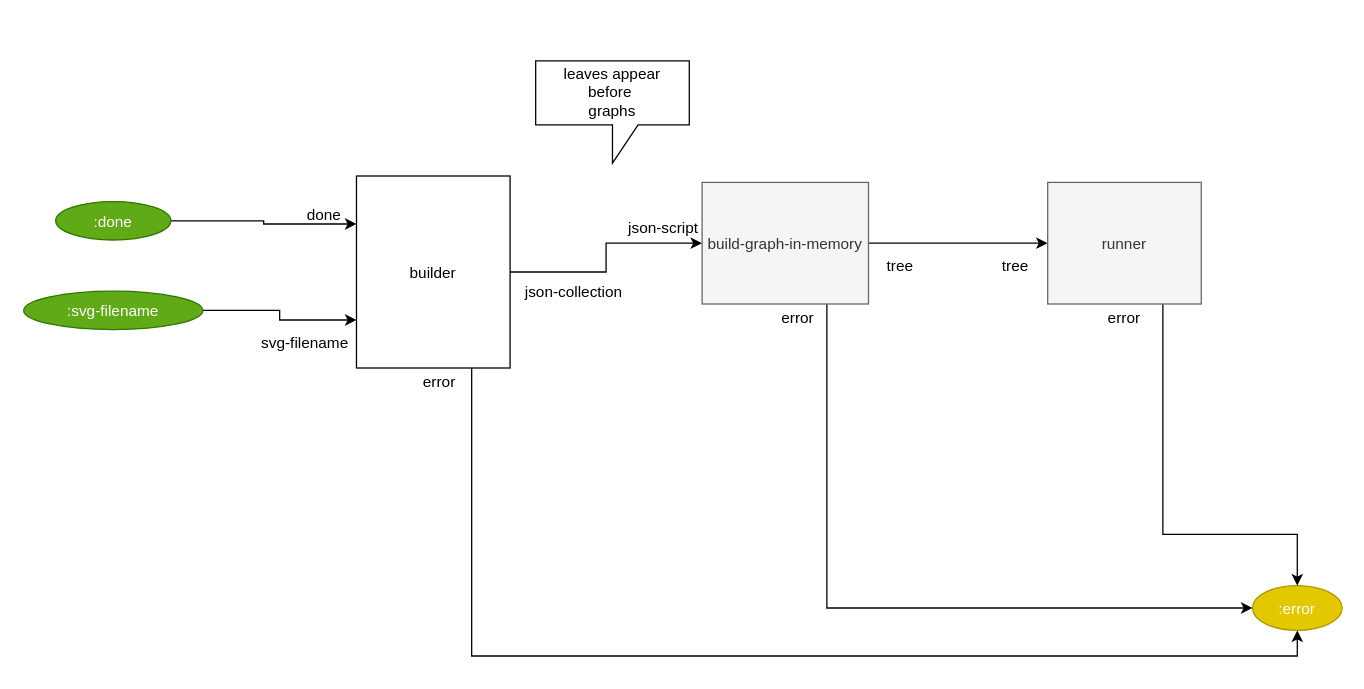
bmfbp/bmfbp keeps this draw.io diagram as page "0. build-load-and-run" (1 of 5) of build_process/cl-build/build.drawio. Above is the earlier version. Source tidied: cells renumbered, new cells numbered last; positions are measured from the earlier drawing's top-left corner, leaving out a move shared by most shapes. Both pictures are drawn from the tidied source at 128%, with x=0, y=0 at pixel (23, 60).
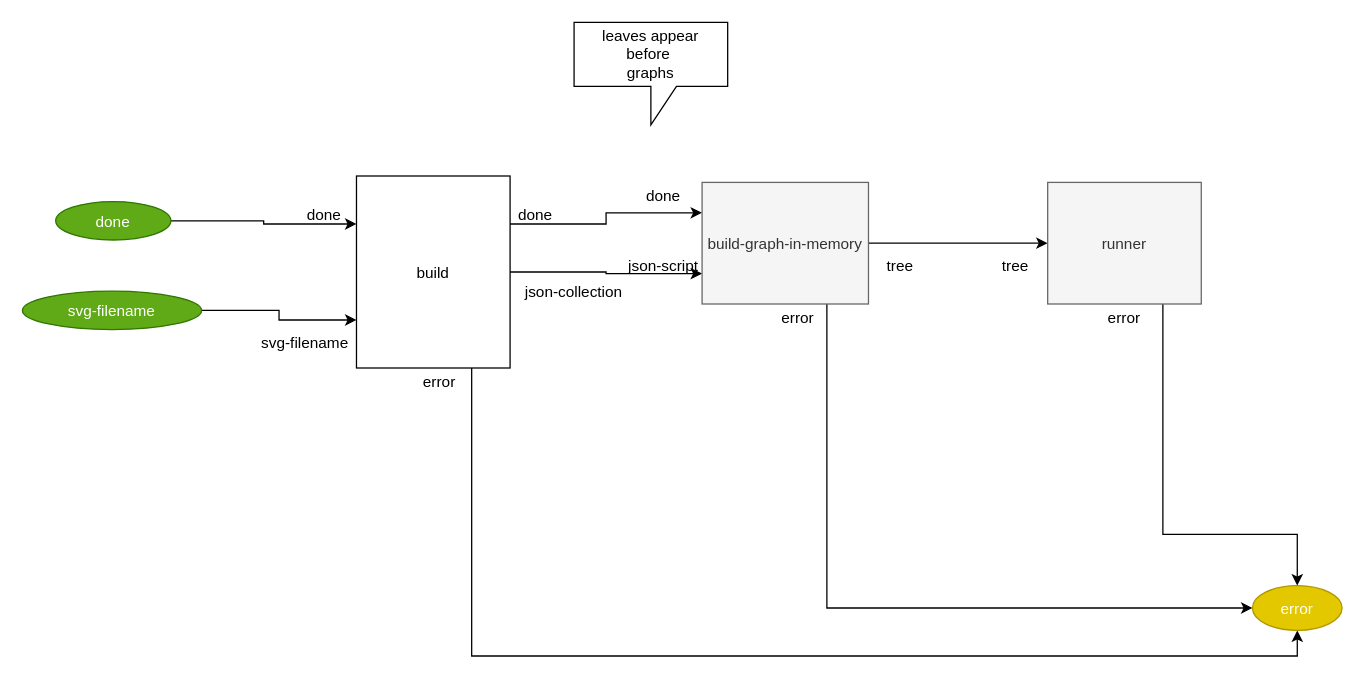
After the change.

The change refers to these unchanged cells:
```xml
<mxCell id="12" value="build-graph-in-memory" style="rounded=0;fillColor=#f5f5f5;strokeColor=#666666;fontColor=#333333;" parent="1" vertex="1">
  <mxGeometry x="530" y="95" width="130" height="95" as="geometry" />
</mxCell>
```

What changed in the source:
```diff
@@
-    <mxCell id="3" value=":svg-filename" style="ellipse;fillColor=#60a917;strokeColor=#2D7600;fontColor=#ffffff;" parent="1" vertex="1">
-      <mxGeometry y="180" width="140" height="30" as="geometry" />
+    <mxCell id="3" value="svg-filename" style="ellipse;fillColor=#60a917;strokeColor=#2D7600;fontColor=#ffffff;" parent="1" vertex="1">
+      <mxGeometry x="-1" y="180" width="140" height="30" as="geometry" />
     </mxCell>
-    <mxCell id="4" value=":error" style="ellipse;fillColor=#e3c800;strokeColor=#B09500;fontColor=#ffffff;" parent="1" vertex="1">
+    <mxCell id="4" value="error" style="ellipse;fillColor=#e3c800;strokeColor=#B09500;fontColor=#ffffff;" parent="1" vertex="1">
       <mxGeometry x="960" y="410" width="70" height="35" as="geometry" />
     </mxCell>
@@
-    <mxCell id="6" value=":done" style="ellipse;fillColor=#60a917;strokeColor=#2D7600;fontColor=#ffffff;" parent="1" vertex="1">
+    <mxCell id="6" value="done" style="ellipse;fillColor=#60a917;strokeColor=#2D7600;fontColor=#ffffff;" parent="1" vertex="1">
       <mxGeometry x="25" y="110" width="90" height="30" as="geometry" />
     </mxCell>
@@
-    <mxCell id="8" style="edgeStyle=orthogonalEdgeStyle;rounded=0;jettySize=auto;exitX=1;exitY=0.5;exitDx=0;exitDy=0;" parent="1" edge="1" source="9" target="12">
+    <mxCell id="8" style="edgeStyle=orthogonalEdgeStyle;rounded=0;jettySize=auto;exitX=1;exitY=0.5;exitDx=0;exitDy=0;entryX=0;entryY=0.75;entryDx=0;entryDy=0;" parent="1" edge="1" source="9" target="12">
       <mxGeometry relative="1" as="geometry" />
     </mxCell>
+    <mxCell id="25" style="edgeStyle=orthogonalEdgeStyle;rounded=0;jettySize=auto;html=1;exitX=1;exitY=0.25;exitDx=0;exitDy=0;entryX=0;entryY=0.25;entryDx=0;entryDy=0;" parent="1" edge="1" source="9" target="12">
+      <mxGeometry relative="1" as="geometry" />
+    </mxCell>
-    <mxCell id="9" value="builder" style="rounded=0;" parent="1" vertex="1">
+    <mxCell id="9" value="build" style="rounded=0;" parent="1" vertex="1">
       <mxGeometry x="260" y="90" width="120" height="150" as="geometry" />
     </mxCell>
@@
     <mxCell id="22" value="json-script" style="text;strokeColor=none;fillColor=none;align=center;verticalAlign=middle;rounded=0;" parent="1" vertex="1">
-      <mxGeometry x="470" y="120" width="60" height="20" as="geometry" />
+      <mxGeometry x="470" y="150" width="60" height="20" as="geometry" />
     </mxCell>
@@
     <mxCell id="24" value="leaves appear &lt;br&gt;before&amp;nbsp;&lt;br&gt;graphs" style="shape=callout;whiteSpace=wrap;html=1;perimeter=calloutPerimeter;" parent="1" vertex="1">
-      <mxGeometry x="400" width="120" height="80" as="geometry" />
+      <mxGeometry x="430" y="-30" width="120" height="80" as="geometry" />
     </mxCell>
+    <mxCell id="26" value="done" style="text;strokeColor=none;fillColor=none;align=center;verticalAlign=middle;rounded=0;" parent="1" vertex="1">
+      <mxGeometry x="470" y="95" width="60" height="20" as="geometry" />
+    </mxCell>
+    <mxCell id="27" value="done" style="text;strokeColor=none;fillColor=none;align=center;verticalAlign=middle;rounded=0;" parent="1" vertex="1">
+      <mxGeometry x="380" y="110" width="40" height="20" as="geometry" />
+    </mxCell>
```
